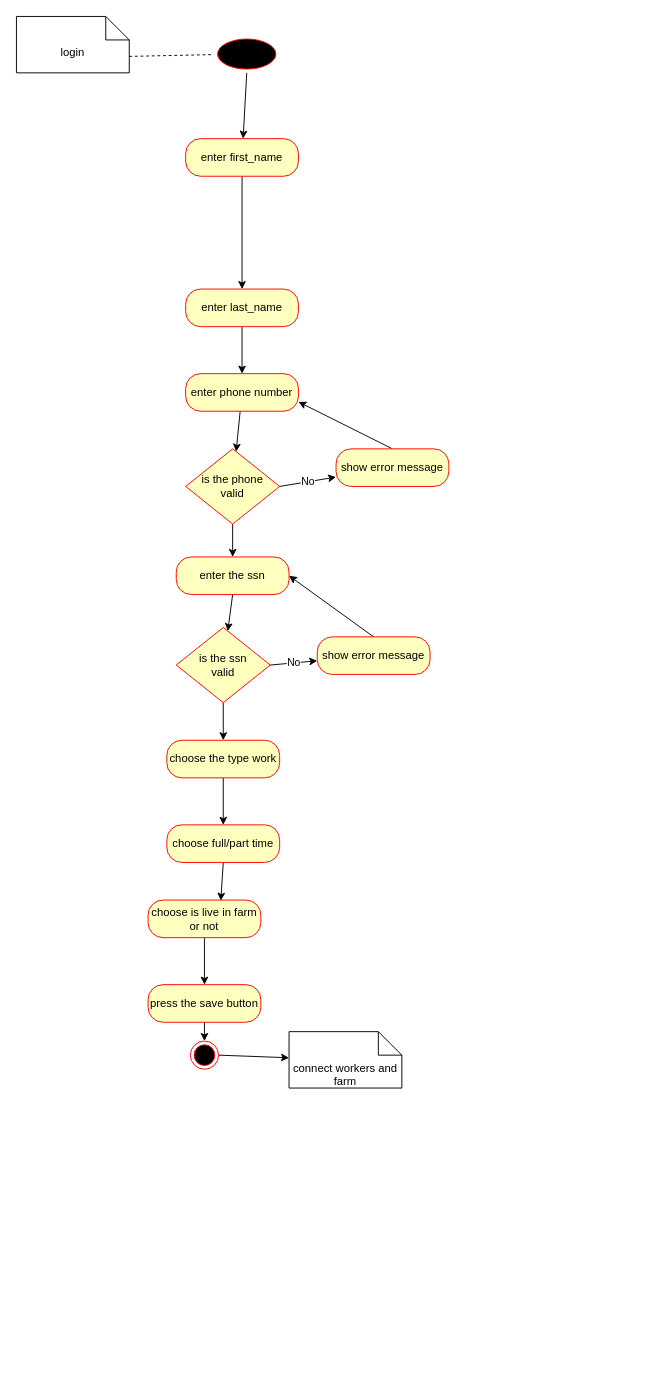
Earlier version of the draw.io diagram digrams/activity_diagram_add_workers.drawio (githubmohame/Digitalizing-livestock). Source tidied: cells renumbered, new cells numbered last; positions are measured from the earlier drawing's top-left corner, leaving out a move shared by most shapes. Both pictures are drawn from the tidied source at 94%, with x=0, y=0 at pixel (16, 16).
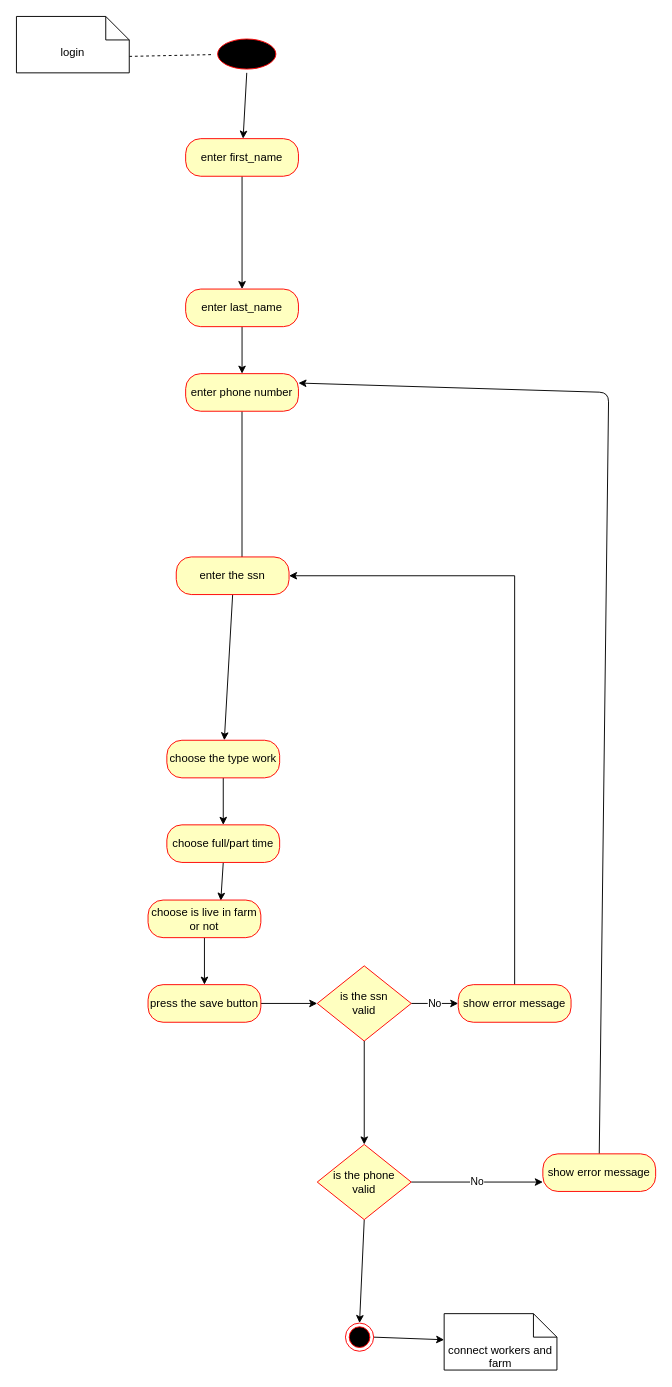
After the change.

The change refers to these unchanged cells:
```xml
<mxCell id="9" value="enter phone number" style="rounded=1;whiteSpace=wrap;html=1;arcSize=40;fontColor=#000000;fillColor=#ffffc0;strokeColor=#ff0000;" parent="1" vertex="1">
  <mxGeometry x="180" y="380" width="120" height="40" as="geometry" />
</mxCell>
<mxCell id="16" value="enter the ssn" style="rounded=1;whiteSpace=wrap;html=1;arcSize=40;fontColor=#000000;fillColor=#ffffc0;strokeColor=#ff0000;" parent="1" vertex="1">
  <mxGeometry x="170" y="575" width="120" height="40" as="geometry" />
</mxCell>
<mxCell id="23" value="choose the type work" style="rounded=1;whiteSpace=wrap;html=1;arcSize=40;fontColor=#000000;fillColor=#ffffc0;strokeColor=#ff0000;" parent="1" vertex="1">
  <mxGeometry x="160" y="770" width="120" height="40" as="geometry" />
</mxCell>
<mxCell id="29" value="press the save button" style="rounded=1;whiteSpace=wrap;html=1;arcSize=40;fontColor=#000000;fillColor=#ffffc0;strokeColor=#ff0000;" parent="1" vertex="1">
  <mxGeometry x="140" y="1030" width="120" height="40" as="geometry" />
</mxCell>
```

The edit, as a diff of the source:
```diff
@@
-    <mxCell id="8" style="edgeStyle=none;html=1;" parent="1" edge="1" source="9" target="12">
-      <mxGeometry relative="1" as="geometry" />
-    </mxCell>
+    <mxCell id="35" style="edgeStyle=orthogonalEdgeStyle;rounded=0;jettySize=auto;html=1;entryX=0.583;entryY=0.375;entryDx=0;entryDy=0;entryPerimeter=0;" parent="1" edge="1" source="9" target="16">
+      <mxGeometry relative="1" as="geometry" />
+    </mxCell>
@@
-    <mxCell id="10" value="No" style="edgeStyle=none;html=1;exitX=1;exitY=0.5;exitDx=0;exitDy=0;entryX=0;entryY=0.75;entryDx=0;entryDy=0;" parent="1" edge="1" source="12" target="14">
-      <mxGeometry relative="1" as="geometry" />
-    </mxCell>
-    <mxCell id="11" style="edgeStyle=none;html=1;exitX=0.5;exitY=1;exitDx=0;exitDy=0;" parent="1" edge="1" source="12" target="16">
-      <mxGeometry relative="1" as="geometry" />
-    </mxCell>
-    <mxCell id="12" value="is the phone &lt;br&gt;valid" style="rhombus;whiteSpace=wrap;html=1;fillColor=#ffffc0;strokeColor=#ff0000;" parent="1" vertex="1">
-      <mxGeometry x="180" y="460" width="100" height="80" as="geometry" />
-    </mxCell>
-    <mxCell id="13" style="edgeStyle=none;html=1;exitX=0.5;exitY=0;exitDx=0;exitDy=0;entryX=1;entryY=0.75;entryDx=0;entryDy=0;" parent="1" edge="1" source="14" target="9">
-      <mxGeometry relative="1" as="geometry" />
-    </mxCell>
-    <mxCell id="14" value="show error message" style="rounded=1;whiteSpace=wrap;html=1;arcSize=40;fontColor=#000000;fillColor=#ffffc0;strokeColor=#ff0000;" parent="1" vertex="1">
-      <mxGeometry x="340" y="460" width="120" height="40" as="geometry" />
-    </mxCell>
-    <mxCell id="15" style="edgeStyle=none;html=1;exitX=0.5;exitY=1;exitDx=0;exitDy=0;" parent="1" edge="1" source="16" target="19">
+    <mxCell id="15" style="edgeStyle=none;html=1;exitX=0.5;exitY=1;exitDx=0;exitDy=0;" parent="1" edge="1" source="16" target="23">
       <mxGeometry relative="1" as="geometry" />
     </mxCell>
@@
-    <mxCell id="17" value="No" style="edgeStyle=none;html=1;exitX=1;exitY=0.5;exitDx=0;exitDy=0;" parent="1" edge="1" source="19" target="21">
-      <mxGeometry relative="1" as="geometry" />
-    </mxCell>
-    <mxCell id="18" style="edgeStyle=none;html=1;exitX=0.5;exitY=1;exitDx=0;exitDy=0;" parent="1" edge="1" source="19" target="23">
-      <mxGeometry relative="1" as="geometry" />
-    </mxCell>
-    <mxCell id="19" value="is the ssn&lt;br&gt;valid" style="rhombus;whiteSpace=wrap;html=1;fillColor=#ffffc0;strokeColor=#ff0000;" parent="1" vertex="1">
-      <mxGeometry x="170" y="650" width="100" height="80" as="geometry" />
-    </mxCell>
-    <mxCell id="20" style="edgeStyle=none;html=1;exitX=0.5;exitY=0;exitDx=0;exitDy=0;entryX=1;entryY=0.5;entryDx=0;entryDy=0;" parent="1" edge="1" source="21" target="16">
-      <mxGeometry relative="1" as="geometry" />
-    </mxCell>
-    <mxCell id="21" value="show error message" style="rounded=1;whiteSpace=wrap;html=1;arcSize=40;fontColor=#000000;fillColor=#ffffc0;strokeColor=#ff0000;" parent="1" vertex="1">
-      <mxGeometry x="320" y="660" width="120" height="40" as="geometry" />
-    </mxCell>
@@
-    <mxCell id="28" style="edgeStyle=none;html=1;exitX=0.5;exitY=1;exitDx=0;exitDy=0;entryX=0.5;entryY=0;entryDx=0;entryDy=0;" parent="1" edge="1" source="29" target="31">
-      <mxGeometry relative="1" as="geometry" />
-    </mxCell>
+    <mxCell id="36" style="edgeStyle=orthogonalEdgeStyle;rounded=0;jettySize=auto;html=1;" parent="1" edge="1" source="29" target="19">
+      <mxGeometry relative="1" as="geometry" />
+    </mxCell>
@@
     <mxCell id="31" style="ellipse;html=1;shape=endState;fillColor=#000000;strokeColor=#ff0000;" parent="1" vertex="1">
-      <mxGeometry x="185" y="1090" width="30" height="30" as="geometry" />
+      <mxGeometry x="350" y="1390" width="30" height="30" as="geometry" />
     </mxCell>
@@
     <mxCell id="34" value="connect workers and farm" style="shape=note2;boundedLbl=1;whiteSpace=wrap;html=1;size=25;verticalAlign=top;align=center;" parent="1" vertex="1">
-      <mxGeometry x="290" y="1080" width="120" height="60" as="geometry" />
+      <mxGeometry x="455" y="1380" width="120" height="60" as="geometry" />
     </mxCell>
+    <mxCell id="17" value="No" style="edgeStyle=none;html=1;exitX=1;exitY=0.5;exitDx=0;exitDy=0;" parent="1" edge="1" source="19" target="38">
+      <mxGeometry relative="1" as="geometry" />
+    </mxCell>
+    <mxCell id="19" value="is the ssn&lt;br&gt;valid" style="rhombus;whiteSpace=wrap;html=1;fillColor=#ffffc0;strokeColor=#ff0000;" parent="1" vertex="1">
+      <mxGeometry x="320" y="1010" width="100" height="80" as="geometry" />
+    </mxCell>
+    <mxCell id="37" style="edgeStyle=orthogonalEdgeStyle;rounded=0;jettySize=auto;html=1;exitX=0.5;exitY=0;exitDx=0;exitDy=0;entryX=1;entryY=0.5;entryDx=0;entryDy=0;" parent="1" edge="1" source="38" target="16">
+      <mxGeometry relative="1" as="geometry" />
+    </mxCell>
+    <mxCell id="38" value="show error message" style="rounded=1;whiteSpace=wrap;html=1;arcSize=40;fontColor=#000000;fillColor=#ffffc0;strokeColor=#ff0000;" parent="1" vertex="1">
+      <mxGeometry x="470" y="1030" width="120" height="40" as="geometry" />
+    </mxCell>
+    <mxCell id="39" style="edgeStyle=none;html=1;exitX=0.5;exitY=1;exitDx=0;exitDy=0;" parent="1" edge="1" source="19" target="12">
+      <mxGeometry relative="1" as="geometry" />
+    </mxCell>
+    <mxCell id="10" value="No" style="edgeStyle=none;html=1;exitX=1;exitY=0.5;exitDx=0;exitDy=0;entryX=0;entryY=0.75;entryDx=0;entryDy=0;" parent="1" edge="1" source="12" target="42">
+      <mxGeometry relative="1" as="geometry" />
+    </mxCell>
+    <mxCell id="40" style="edgeStyle=none;html=1;exitX=0.5;exitY=1;exitDx=0;exitDy=0;entryX=0.5;entryY=0;entryDx=0;entryDy=0;" parent="1" edge="1" source="12" target="31">
+      <mxGeometry relative="1" as="geometry" />
+    </mxCell>
+    <mxCell id="12" value="is the phone &lt;br&gt;valid" style="rhombus;whiteSpace=wrap;html=1;fillColor=#ffffc0;strokeColor=#ff0000;" parent="1" vertex="1">
+      <mxGeometry x="320" y="1200" width="100" height="80" as="geometry" />
+    </mxCell>
+    <mxCell id="41" style="edgeStyle=none;html=1;exitX=0.5;exitY=0;exitDx=0;exitDy=0;entryX=1;entryY=0.25;entryDx=0;entryDy=0;" parent="1" edge="1" source="42" target="9">
+      <mxGeometry relative="1" as="geometry">
+        <Array as="points">
+          <mxPoint x="630" y="400" />
+        </Array>
+      </mxGeometry>
+    </mxCell>
+    <mxCell id="42" value="show error message" style="rounded=1;whiteSpace=wrap;html=1;arcSize=40;fontColor=#000000;fillColor=#ffffc0;strokeColor=#ff0000;" parent="1" vertex="1">
+      <mxGeometry x="560" y="1210" width="120" height="40" as="geometry" />
+    </mxCell>
```
